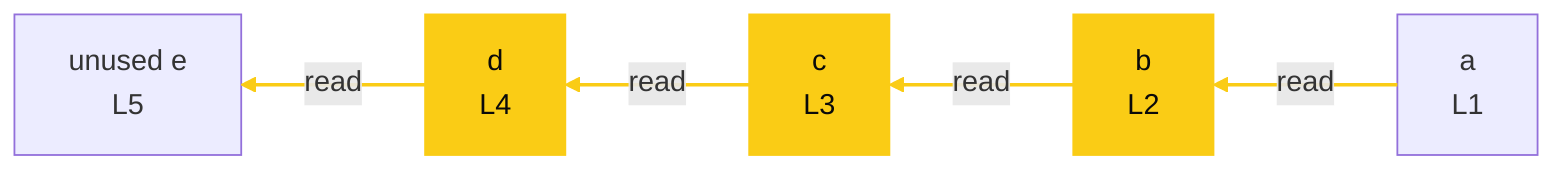
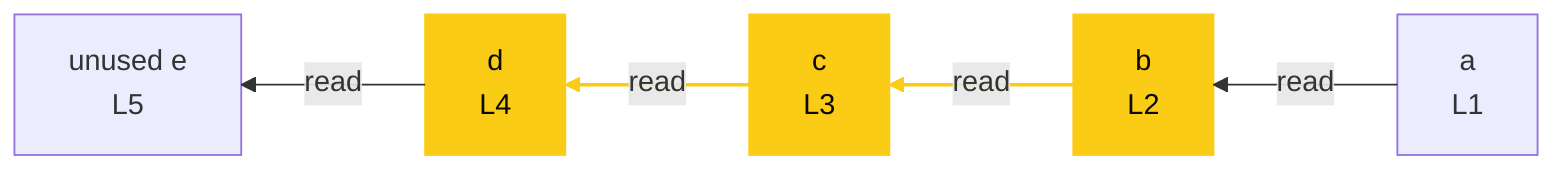
%%{init: {"flowchart": {"defaultRenderer": "elk"}}}%%
flowchart RL
  n_scope_0_a_6["a<br/>L1"]
  n_scope_0_b_19["b<br/>L2"]
  n_scope_0_c_32["c<br/>L3"]
  n_scope_0_d_45["d<br/>L4"]
  n_scope_0_e_58["unused e<br/>L5"]
  n_scope_0_a_6 -->|read| n_scope_0_b_19
  n_scope_0_b_19 -->|read| n_scope_0_c_32
  n_scope_0_c_32 -->|read| n_scope_0_d_45
  n_scope_0_d_45 -->|read| n_scope_0_e_58
  style n_scope_0_b_19 fill:#facc15,stroke:#facc15,color:#0a0a0a;
  style n_scope_0_c_32 fill:#facc15,stroke:#facc15,color:#0a0a0a;
  style n_scope_0_d_45 fill:#facc15,stroke:#facc15,color:#0a0a0a;
-   linkStyle 0,1,2,3 stroke:#facc15,stroke-width:2px;
+   linkStyle 1,2 stroke:#facc15,stroke-width:2px;
